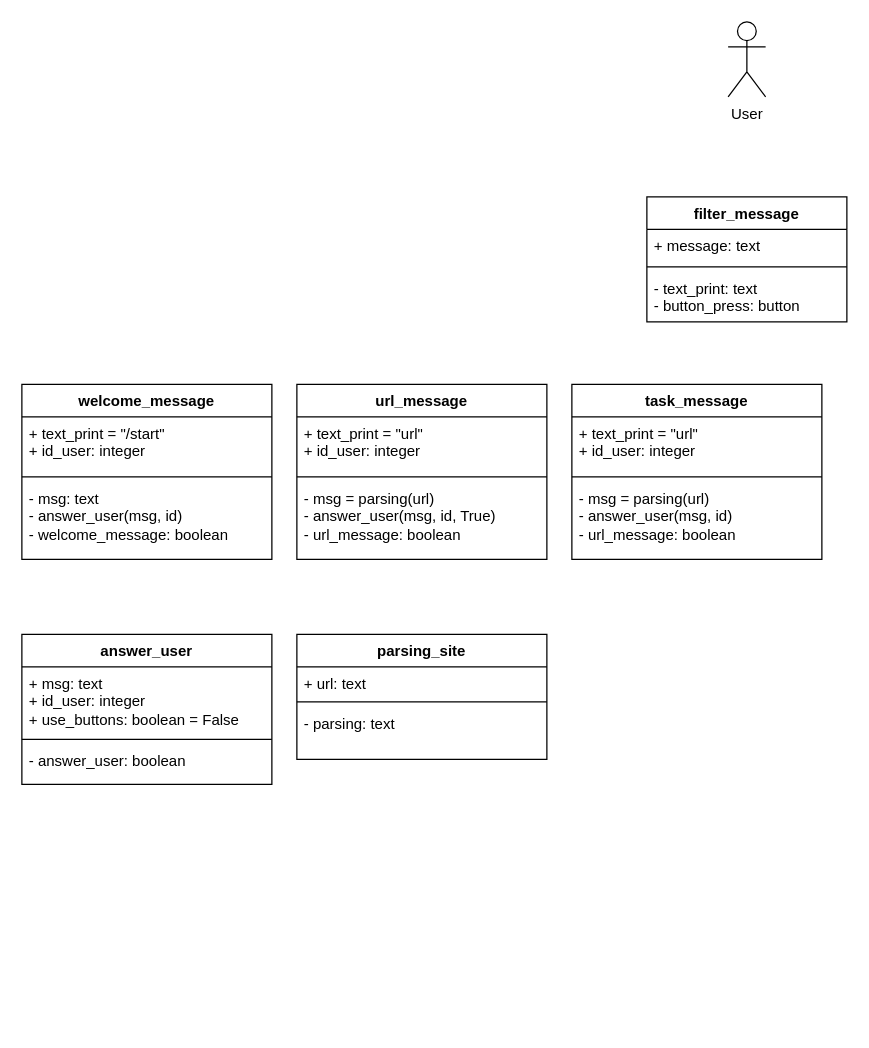
Before: Functions for Telegram chatbot.drawio in Arnoldig/Coursemc_final_work, a draw.io diagram. Source tidied: cells renumbered, new cells numbered last; positions are measured from the earlier drawing's top-left corner, leaving out a move shared by most shapes. Both pictures are drawn from the tidied source at 125%, with x=0, y=0 at pixel (21, 21).
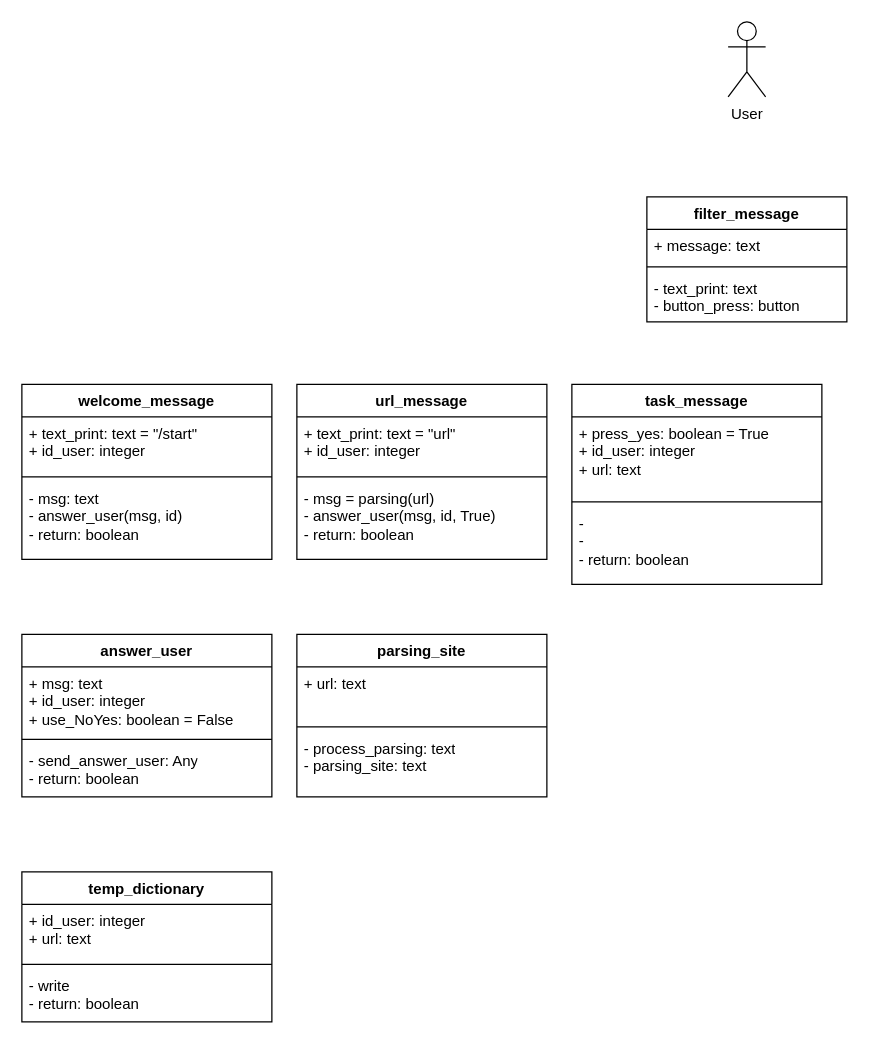
Above is the later version.

Commit message:
Всё переработал ...

Unchanged cells that the change refers to:
```xml
<mxCell id="7" value="welcome_message" style="swimlane;fontStyle=1;align=center;verticalAlign=top;horizontal=1;startSize=26;whiteSpace=wrap;html=1;" parent="1" vertex="1">
  <mxGeometry y="290" width="200" height="140" as="geometry" />
</mxCell>
<mxCell id="15" value="url_message" style="swimlane;fontStyle=1;align=center;verticalAlign=top;horizontal=1;startSize=26;whiteSpace=wrap;html=1;" parent="1" vertex="1">
  <mxGeometry x="220" y="290" width="200" height="140" as="geometry" />
</mxCell>
```

The edit, as a diff of the source:
```diff
@@
-    <mxCell id="8" value="+ text_print = &quot;/start&quot;&lt;br&gt;+ id_user: integer" style="text;strokeColor=none;fillColor=none;align=left;verticalAlign=top;spacingLeft=4;spacingRight=4;overflow=hidden;whiteSpace=wrap;html=1;" parent="7" vertex="1">
+    <mxCell id="8" value="+ text_print: text = &quot;/start&quot;&lt;br&gt;+ id_user: integer" style="text;strokeColor=none;fillColor=none;align=left;verticalAlign=top;spacingLeft=4;spacingRight=4;overflow=hidden;whiteSpace=wrap;html=1;" parent="7" vertex="1">
       <mxGeometry y="26" width="200" height="44" as="geometry" />
     </mxCell>
@@
-    <mxCell id="10" value="- msg: text&lt;br&gt;- answer_user(msg, id)&lt;br&gt;-&amp;nbsp;welcome_message: boolean" style="text;strokeColor=none;fillColor=none;align=left;verticalAlign=top;spacingLeft=4;spacingRight=4;overflow=hidden;whiteSpace=wrap;html=1;" parent="7" vertex="1">
+    <mxCell id="10" value="- msg: text&lt;br&gt;- answer_user(msg, id)&lt;br&gt;-&amp;nbsp;return: boolean" style="text;strokeColor=none;fillColor=none;align=left;verticalAlign=top;spacingLeft=4;spacingRight=4;overflow=hidden;whiteSpace=wrap;html=1;" parent="7" vertex="1">
       <mxGeometry y="78" width="200" height="62" as="geometry" />
     </mxCell>
     <mxCell id="11" value="answer_user" style="swimlane;fontStyle=1;align=center;verticalAlign=top;horizontal=1;startSize=26;whiteSpace=wrap;html=1;" parent="1" vertex="1">
-      <mxGeometry y="490" width="200" height="120" as="geometry" />
+      <mxGeometry y="490" width="200" height="130" as="geometry" />
     </mxCell>
-    <mxCell id="12" value="+ msg: text&lt;br&gt;+ id_user: integer&lt;br&gt;+ use_buttons: boolean = False" style="text;strokeColor=none;fillColor=none;align=left;verticalAlign=top;spacingLeft=4;spacingRight=4;overflow=hidden;whiteSpace=wrap;html=1;" parent="11" vertex="1">
+    <mxCell id="12" value="+ msg: text&lt;br&gt;+ id_user: integer&lt;br&gt;+ use_NoYes: boolean = False" style="text;strokeColor=none;fillColor=none;align=left;verticalAlign=top;spacingLeft=4;spacingRight=4;overflow=hidden;whiteSpace=wrap;html=1;" parent="11" vertex="1">
       <mxGeometry y="26" width="200" height="54" as="geometry" />
     </mxCell>
@@
-    <mxCell id="14" value="- answer_user: boolean" style="text;strokeColor=none;fillColor=none;align=left;verticalAlign=top;spacingLeft=4;spacingRight=4;overflow=hidden;whiteSpace=wrap;html=1;" parent="11" vertex="1">
-      <mxGeometry y="88" width="200" height="32" as="geometry" />
+    <mxCell id="14" value="- send_answer_user: Any&lt;br&gt;- return: boolean" style="text;strokeColor=none;fillColor=none;align=left;verticalAlign=top;spacingLeft=4;spacingRight=4;overflow=hidden;whiteSpace=wrap;html=1;" parent="11" vertex="1">
+      <mxGeometry y="88" width="200" height="42" as="geometry" />
     </mxCell>
@@
-    <mxCell id="16" value="+ text_print = &quot;url&quot;&lt;br&gt;+ id_user: integer" style="text;strokeColor=none;fillColor=none;align=left;verticalAlign=top;spacingLeft=4;spacingRight=4;overflow=hidden;whiteSpace=wrap;html=1;" parent="15" vertex="1">
+    <mxCell id="16" value="+ text_print: text = &quot;url&quot;&amp;nbsp;&lt;br&gt;+ id_user: integer" style="text;strokeColor=none;fillColor=none;align=left;verticalAlign=top;spacingLeft=4;spacingRight=4;overflow=hidden;whiteSpace=wrap;html=1;" parent="15" vertex="1">
       <mxGeometry y="26" width="200" height="44" as="geometry" />
     </mxCell>
@@
-    <mxCell id="18" value="- msg = parsing(url)&lt;br&gt;- answer_user(msg, id, True)&lt;br&gt;-&amp;nbsp;url_message: boolean" style="text;strokeColor=none;fillColor=none;align=left;verticalAlign=top;spacingLeft=4;spacingRight=4;overflow=hidden;whiteSpace=wrap;html=1;" parent="15" vertex="1">
+    <mxCell id="18" value="- msg = parsing(url)&lt;br&gt;- answer_user(msg, id, True)&lt;br&gt;- return: boolean" style="text;strokeColor=none;fillColor=none;align=left;verticalAlign=top;spacingLeft=4;spacingRight=4;overflow=hidden;whiteSpace=wrap;html=1;" parent="15" vertex="1">
       <mxGeometry y="78" width="200" height="62" as="geometry" />
     </mxCell>
     <mxCell id="19" value="parsing_site" style="swimlane;fontStyle=1;align=center;verticalAlign=top;horizontal=1;startSize=26;whiteSpace=wrap;html=1;" parent="1" vertex="1">
-      <mxGeometry x="220" y="490" width="200" height="100" as="geometry" />
+      <mxGeometry x="220" y="490" width="200" height="130" as="geometry" />
     </mxCell>
     <mxCell id="20" value="+ url: text" style="text;strokeColor=none;fillColor=none;align=left;verticalAlign=top;spacingLeft=4;spacingRight=4;overflow=hidden;whiteSpace=wrap;html=1;" parent="19" vertex="1">
-      <mxGeometry y="26" width="200" height="24" as="geometry" />
+      <mxGeometry y="26" width="200" height="44" as="geometry" />
     </mxCell>
     <mxCell id="21" style="line;strokeWidth=1;fillColor=none;align=left;verticalAlign=middle;spacingTop=-1;spacingLeft=3;spacingRight=3;labelPosition=right;strokeColor=inherit;" parent="19" vertex="1">
-      <mxGeometry y="50" width="200" height="8" as="geometry" />
+      <mxGeometry y="70" width="200" height="8" as="geometry" />
     </mxCell>
-    <mxCell id="22" value="- parsing: text" style="text;strokeColor=none;fillColor=none;align=left;verticalAlign=top;spacingLeft=4;spacingRight=4;overflow=hidden;whiteSpace=wrap;html=1;" parent="19" vertex="1">
-      <mxGeometry y="58" width="200" height="42" as="geometry" />
+    <mxCell id="22" value="- process_parsing: text&lt;br&gt;- parsing_site: text" style="text;strokeColor=none;fillColor=none;align=left;verticalAlign=top;spacingLeft=4;spacingRight=4;overflow=hidden;whiteSpace=wrap;html=1;" parent="19" vertex="1">
+      <mxGeometry y="78" width="200" height="52" as="geometry" />
     </mxCell>
     <mxCell id="23" value="task_message" style="swimlane;fontStyle=1;align=center;verticalAlign=top;horizontal=1;startSize=26;whiteSpace=wrap;html=1;" parent="1" vertex="1">
-      <mxGeometry x="440" y="290" width="200" height="140" as="geometry" />
+      <mxGeometry x="440" y="290" width="200" height="160" as="geometry" />
     </mxCell>
-    <mxCell id="24" value="+ text_print = &quot;url&quot;&lt;br&gt;+ id_user: integer" style="text;strokeColor=none;fillColor=none;align=left;verticalAlign=top;spacingLeft=4;spacingRight=4;overflow=hidden;whiteSpace=wrap;html=1;" parent="23" vertex="1">
-      <mxGeometry y="26" width="200" height="44" as="geometry" />
+    <mxCell id="24" value="+ press_yes: boolean = True&lt;br&gt;+ id_user: integer&lt;br&gt;+ url: text&amp;nbsp;" style="text;strokeColor=none;fillColor=none;align=left;verticalAlign=top;spacingLeft=4;spacingRight=4;overflow=hidden;whiteSpace=wrap;html=1;" parent="23" vertex="1">
+      <mxGeometry y="26" width="200" height="64" as="geometry" />
     </mxCell>
     <mxCell id="25" style="line;strokeWidth=1;fillColor=none;align=left;verticalAlign=middle;spacingTop=-1;spacingLeft=3;spacingRight=3;labelPosition=right;strokeColor=inherit;" parent="23" vertex="1">
-      <mxGeometry y="70" width="200" height="8" as="geometry" />
+      <mxGeometry y="90" width="200" height="8" as="geometry" />
     </mxCell>
-    <mxCell id="26" value="- msg = parsing(url)&lt;br&gt;- answer_user(msg, id)&lt;br&gt;-&amp;nbsp;url_message: boolean" style="text;strokeColor=none;fillColor=none;align=left;verticalAlign=top;spacingLeft=4;spacingRight=4;overflow=hidden;whiteSpace=wrap;html=1;" parent="23" vertex="1">
-      <mxGeometry y="78" width="200" height="62" as="geometry" />
+    <mxCell id="26" value="-&amp;nbsp;&lt;br&gt;-&amp;nbsp;&lt;br&gt;- return: boolean" style="text;strokeColor=none;fillColor=none;align=left;verticalAlign=top;spacingLeft=4;spacingRight=4;overflow=hidden;whiteSpace=wrap;html=1;" parent="23" vertex="1">
+      <mxGeometry y="98" width="200" height="62" as="geometry" />
     </mxCell>
+    <mxCell id="27" value="temp_dictionary" style="swimlane;fontStyle=1;align=center;verticalAlign=top;horizontal=1;startSize=26;whiteSpace=wrap;html=1;" parent="1" vertex="1">
+      <mxGeometry y="680" width="200" height="120" as="geometry" />
+    </mxCell>
+    <mxCell id="28" value="+ id_user: integer&lt;br style=&quot;border-color: var(--border-color);&quot;&gt;+ url: text&amp;nbsp;" style="text;strokeColor=none;fillColor=none;align=left;verticalAlign=top;spacingLeft=4;spacingRight=4;overflow=hidden;whiteSpace=wrap;html=1;" parent="27" vertex="1">
+      <mxGeometry y="26" width="200" height="44" as="geometry" />
+    </mxCell>
+    <mxCell id="29" style="line;strokeWidth=1;fillColor=none;align=left;verticalAlign=middle;spacingTop=-1;spacingLeft=3;spacingRight=3;labelPosition=right;strokeColor=inherit;" parent="27" vertex="1">
+      <mxGeometry y="70" width="200" height="8" as="geometry" />
+    </mxCell>
+    <mxCell id="30" value="- write&lt;br&gt;- return: boolean" style="text;strokeColor=none;fillColor=none;align=left;verticalAlign=top;spacingLeft=4;spacingRight=4;overflow=hidden;whiteSpace=wrap;html=1;" parent="27" vertex="1">
+      <mxGeometry y="78" width="200" height="42" as="geometry" />
+    </mxCell>
```
